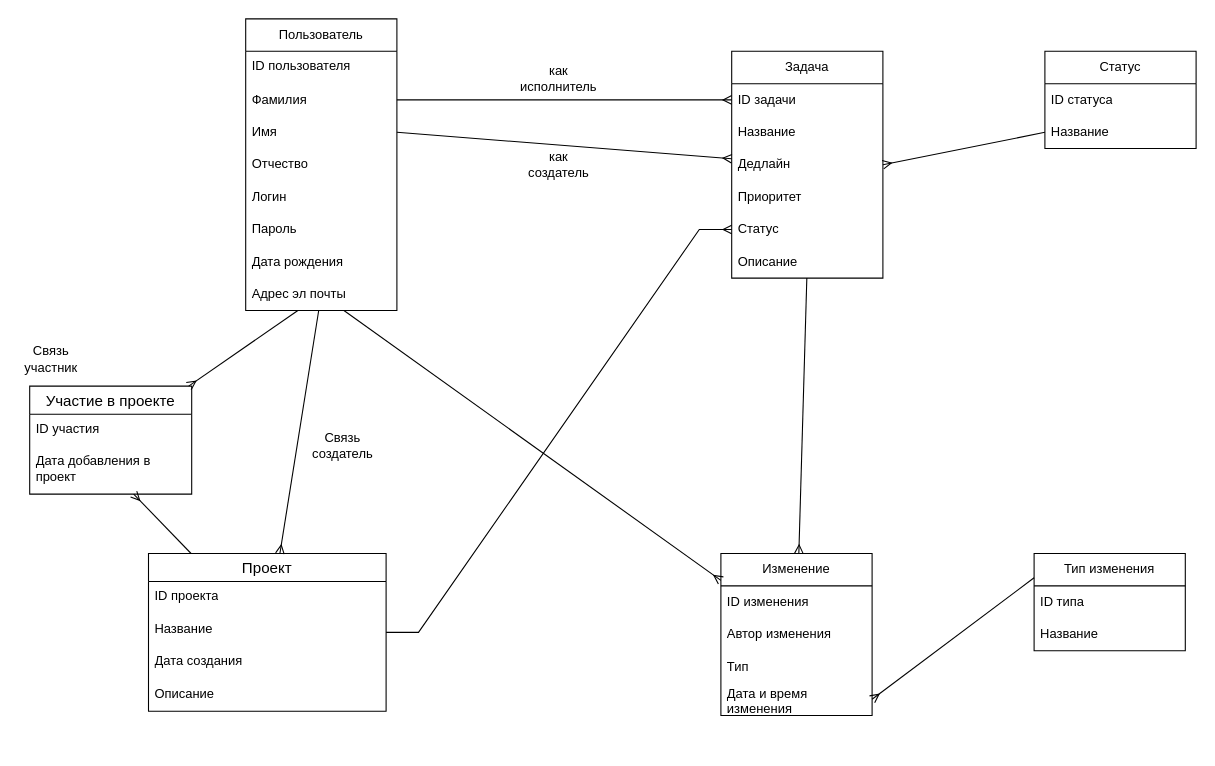
Earlier version of the draw.io diagram doc/erd.drawio (DeeMassG/Task-Tracker). Source tidied: cells renumbered, new cells numbered last; positions are measured from the earlier drawing's top-left corner, leaving out a move shared by most shapes. Both pictures are drawn from the tidied source at 108%, with x=0, y=0 at pixel (18, 18).
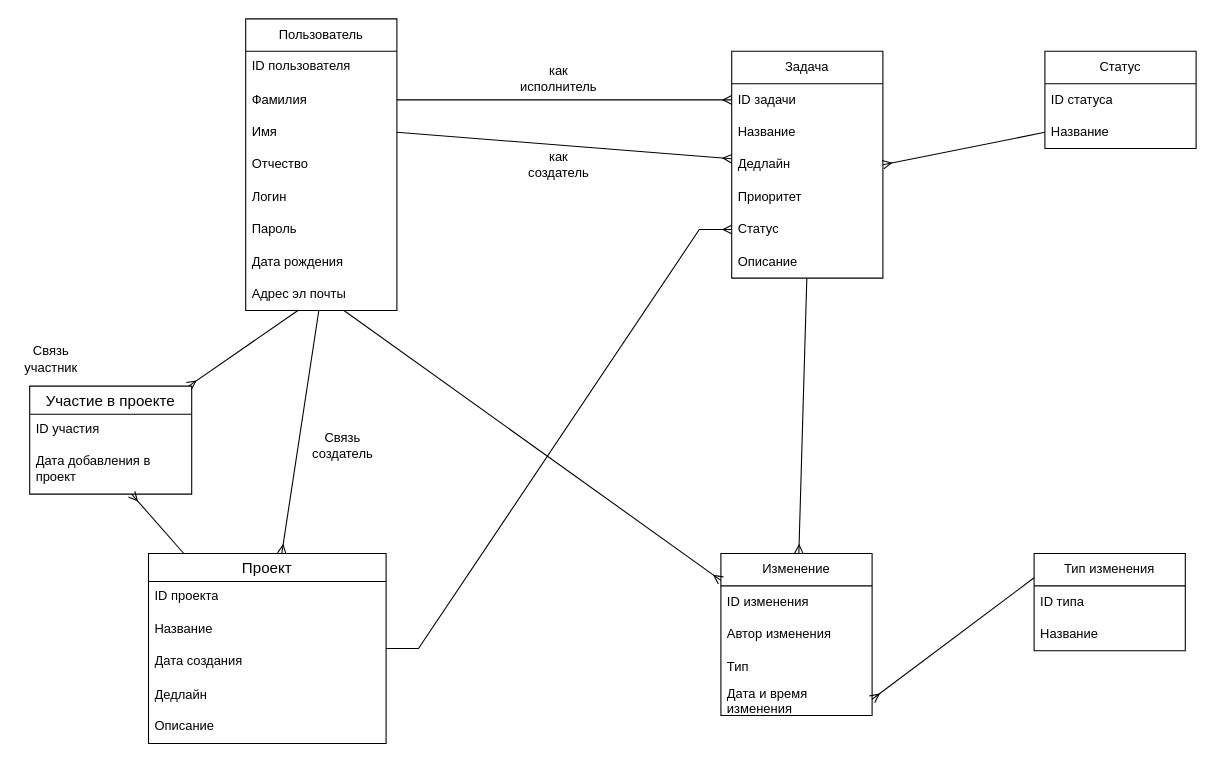
The same diagram, later.

Commit message (it also covers changes not shown here):
Мелкие исправления erd, обновление use-case диаграммы в ТЗ, редактирование описания функционала приложения, добавлена реляционная модель БД

Change to the diagram source:
```diff
@@
     <mxCell id="23" value="Проект" style="swimlane;fontStyle=0;horizontal=1;startSize=26;align=center;fontSize=14;" parent="1" vertex="1">
-      <mxGeometry x="120" y="495" width="220" height="146" as="geometry" />
+      <mxGeometry x="120" y="495" width="220" height="176" as="geometry" />
     </mxCell>
@@
+    <mxCell id="51" value="Дедлайн" style="text;strokeColor=none;fillColor=none;align=left;verticalAlign=middle;spacingLeft=4;spacingRight=4;overflow=hidden;whiteSpace=wrap;html=1;" parent="23" vertex="1">
+      <mxGeometry y="116" width="220" height="30" as="geometry" />
+    </mxCell>
     <mxCell id="27" value="Описание&amp;nbsp;" style="text;strokeColor=none;fillColor=none;spacingLeft=4;spacingRight=4;overflow=hidden;fontSize=12;whiteSpace=wrap;html=1;" parent="23" vertex="1">
-      <mxGeometry y="116" width="220" height="30" as="geometry" />
+      <mxGeometry y="146" width="220" height="30" as="geometry" />
     </mxCell>
```
